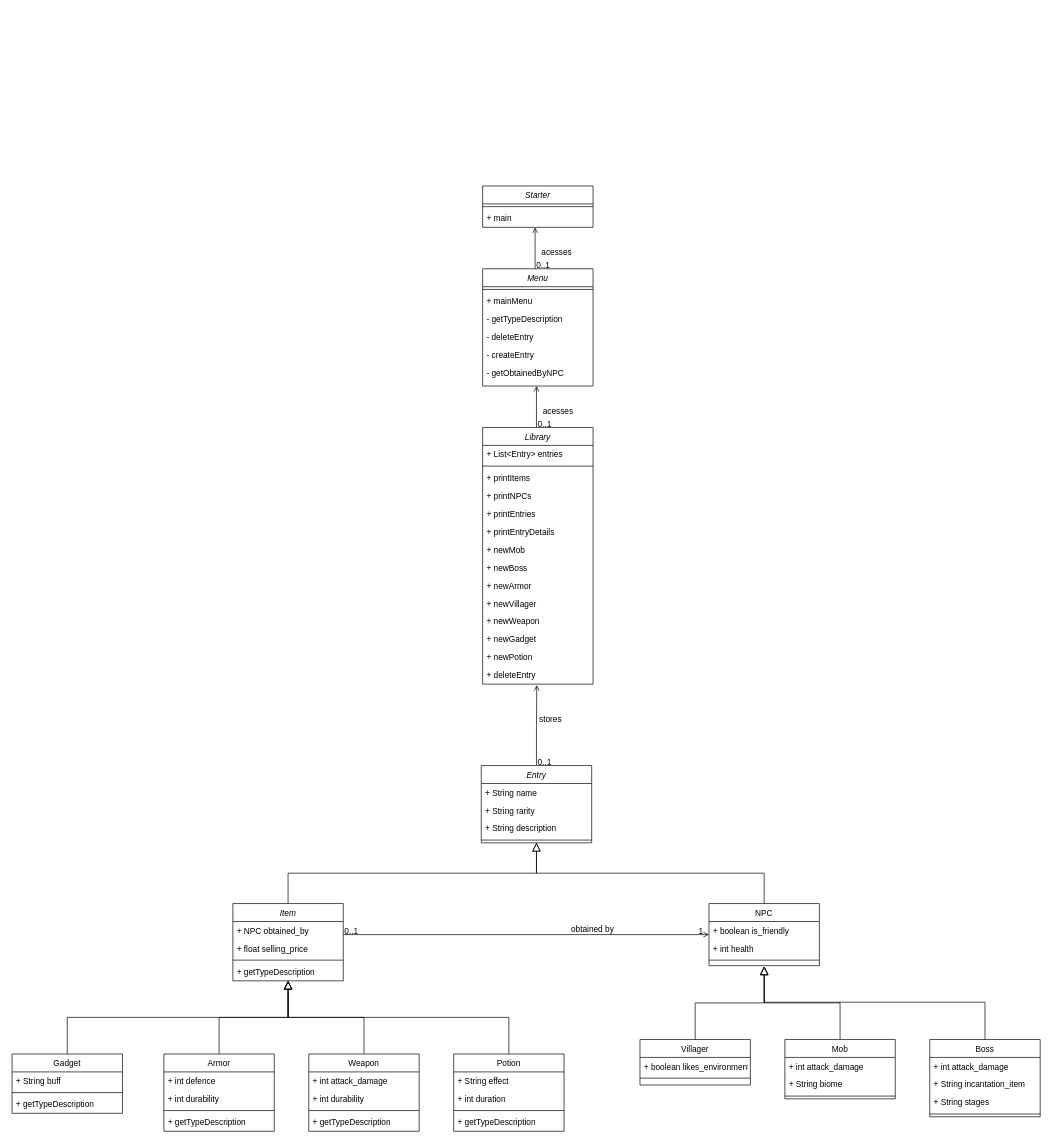
Earlier version of the draw.io diagram module_320/src/M4/class_diagram.drawio (SchnyderKay/m_320). Source tidied: cells renumbered, new cells numbered last; positions are measured from the earlier drawing's top-left corner, leaving out a move shared by most shapes. Both pictures are drawn from the tidied source at 69%, with x=0, y=0 at pixel (12, 186).
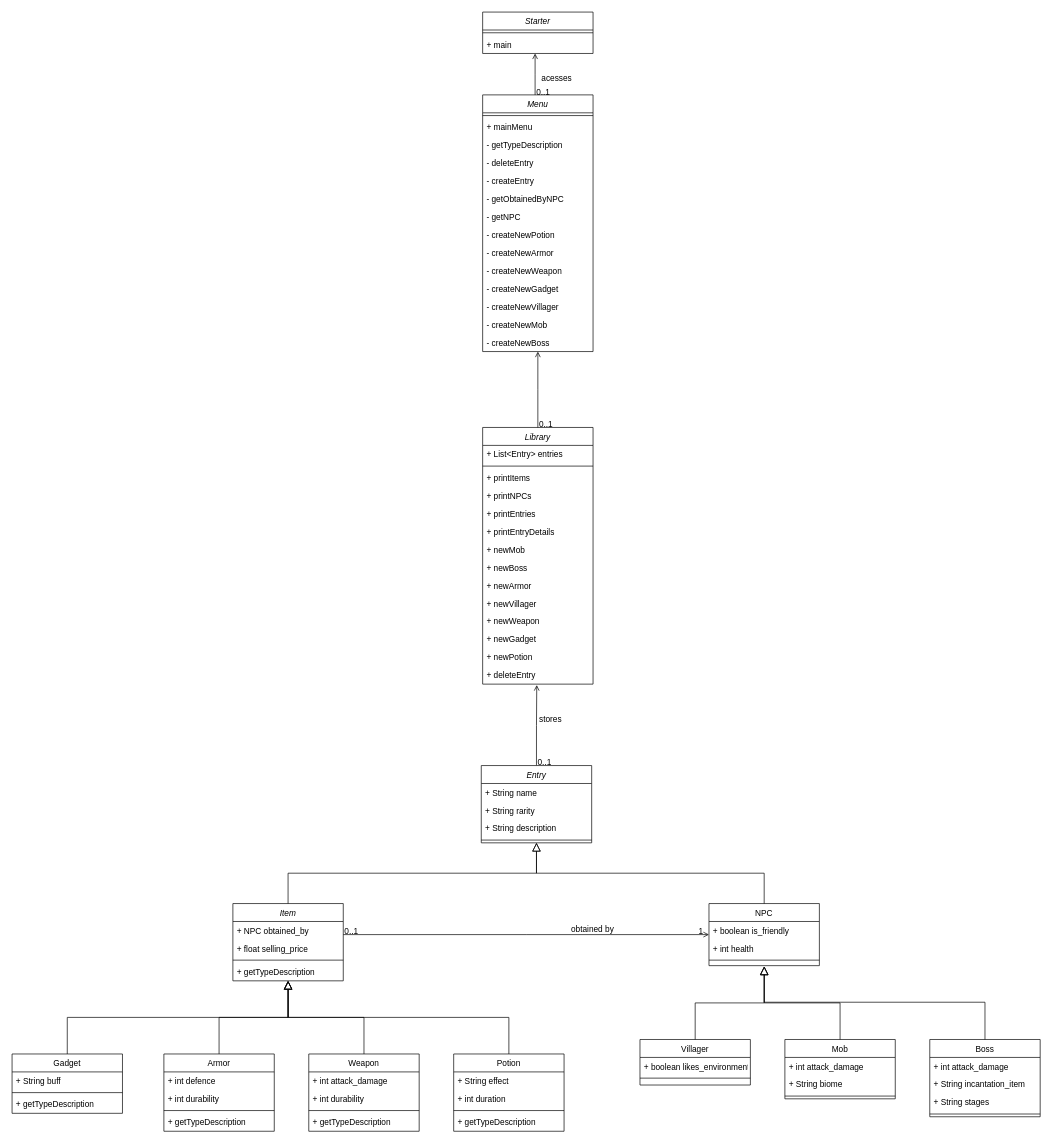
The same diagram, later.

Commit message (it also covers changes not shown here):
readded diagram cleaned code

Unchanged cells that the change refers to:
```xml
<mxCell id="53" value="Library" style="swimlane;fontStyle=2;align=center;verticalAlign=top;horizontal=1;startSize=26;rounded=0;shadow=0;strokeWidth=1;" parent="1" vertex="1">
  <mxGeometry x="682" y="350" width="160" height="372" as="geometry" />
</mxCell>
```

What changed in the source:
```diff
@@
     <mxCell id="78" value="Menu" style="swimlane;fontStyle=2;align=center;verticalAlign=top;horizontal=1;startSize=26;rounded=0;shadow=0;strokeWidth=1;" parent="1" vertex="1">
-      <mxGeometry x="682" y="120" width="160" height="170" as="geometry" />
+      <mxGeometry x="682" y="-132" width="160" height="372" as="geometry" />
     </mxCell>
@@
+    <mxCell id="94" value="- getObtainedByNPC" style="text;align=left;verticalAlign=top;spacingLeft=4;spacingRight=4;overflow=hidden;rounded=0;shadow=0;html=0;" parent="78" vertex="1">
+      <mxGeometry y="138" width="160" height="26" as="geometry" />
+    </mxCell>
+    <mxCell id="95" value="- getNPC" style="text;align=left;verticalAlign=top;spacingLeft=4;spacingRight=4;overflow=hidden;rounded=0;shadow=0;html=0;" parent="78" vertex="1">
+      <mxGeometry y="164" width="160" height="26" as="geometry" />
+    </mxCell>
-    <mxCell id="84" value="- getObtainedByNPC" style="text;align=left;verticalAlign=top;spacingLeft=4;spacingRight=4;overflow=hidden;rounded=0;shadow=0;html=0;" parent="78" vertex="1">
-      <mxGeometry y="138" width="160" height="26" as="geometry" />
+    <mxCell id="84" value="- createNewPotion" style="text;align=left;verticalAlign=top;spacingLeft=4;spacingRight=4;overflow=hidden;rounded=0;shadow=0;html=0;" parent="78" vertex="1">
+      <mxGeometry y="190" width="160" height="26" as="geometry" />
     </mxCell>
-    <mxCell id="85" style="endArrow=open;shadow=0;strokeWidth=1;rounded=0;endFill=1;edgeStyle=elbowEdgeStyle;elbow=vertical;" parent="78" edge="1">
-      <mxGeometry x="0.5" y="41" relative="1" as="geometry">
-        <mxPoint x="78" y="230" as="sourcePoint" />
-        <mxPoint x="78" y="170" as="targetPoint" />
-        <mxPoint x="-40" y="32" as="offset" />
-      </mxGeometry>
-    </mxCell>
-    <mxCell id="86" value="0..1" style="align=left;verticalAlign=bottom;labelBackgroundColor=none;fontSize=12;" parent="85" vertex="1">
-      <mxGeometry x="-1" relative="1" as="geometry">
-        <mxPoint y="4" as="offset" />
-      </mxGeometry>
-    </mxCell>
-    <mxCell id="87" value="acesses" style="text;html=1;align=center;verticalAlign=middle;labelBackgroundColor=none;rounded=0;shadow=0;strokeWidth=1;fontSize=12;" parent="85" vertex="1">
-      <mxGeometry x="0.5" y="49" relative="1" as="geometry">
-        <mxPoint x="79" y="21" as="offset" />
-      </mxGeometry>
-    </mxCell>
+    <mxCell id="96" value="- createNewArmor" style="text;align=left;verticalAlign=top;spacingLeft=4;spacingRight=4;overflow=hidden;rounded=0;shadow=0;html=0;" parent="78" vertex="1">
+      <mxGeometry y="216" width="160" height="26" as="geometry" />
+    </mxCell>
+    <mxCell id="97" value="- createNewWeapon" style="text;align=left;verticalAlign=top;spacingLeft=4;spacingRight=4;overflow=hidden;rounded=0;shadow=0;html=0;" parent="78" vertex="1">
+      <mxGeometry y="242" width="160" height="26" as="geometry" />
+    </mxCell>
+    <mxCell id="98" value="- createNewGadget" style="text;align=left;verticalAlign=top;spacingLeft=4;spacingRight=4;overflow=hidden;rounded=0;shadow=0;html=0;" parent="78" vertex="1">
+      <mxGeometry y="268" width="160" height="26" as="geometry" />
+    </mxCell>
+    <mxCell id="99" value="- createNewVillager" style="text;align=left;verticalAlign=top;spacingLeft=4;spacingRight=4;overflow=hidden;rounded=0;shadow=0;html=0;" parent="78" vertex="1">
+      <mxGeometry y="294" width="160" height="26" as="geometry" />
+    </mxCell>
+    <mxCell id="100" value="- createNewMob" style="text;align=left;verticalAlign=top;spacingLeft=4;spacingRight=4;overflow=hidden;rounded=0;shadow=0;html=0;" parent="78" vertex="1">
+      <mxGeometry y="320" width="160" height="26" as="geometry" />
+    </mxCell>
+    <mxCell id="101" value="- createNewBoss" style="text;align=left;verticalAlign=top;spacingLeft=4;spacingRight=4;overflow=hidden;rounded=0;shadow=0;html=0;" parent="78" vertex="1">
+      <mxGeometry y="346" width="160" height="26" as="geometry" />
+    </mxCell>
     <mxCell id="88" value="Starter" style="swimlane;fontStyle=2;align=center;verticalAlign=top;horizontal=1;startSize=26;rounded=0;shadow=0;strokeWidth=1;" parent="1" vertex="1">
-      <mxGeometry x="682" width="160" height="60" as="geometry" />
+      <mxGeometry x="682" y="-252" width="160" height="60" as="geometry" />
     </mxCell>
@@
     <mxCell id="91" style="endArrow=open;shadow=0;strokeWidth=1;rounded=0;endFill=1;edgeStyle=elbowEdgeStyle;elbow=vertical;" parent="1" edge="1">
       <mxGeometry x="0.5" y="41" relative="1" as="geometry">
-        <mxPoint x="758" y="120" as="sourcePoint" />
-        <mxPoint x="758" y="60" as="targetPoint" />
+        <mxPoint x="758" y="-132" as="sourcePoint" />
+        <mxPoint x="758" y="-192" as="targetPoint" />
         <mxPoint x="-40" y="32" as="offset" />
       </mxGeometry>
     </mxCell>
@@
+    <mxCell id="85" style="endArrow=open;shadow=0;strokeWidth=1;rounded=0;endFill=1;edgeStyle=elbowEdgeStyle;elbow=vertical;exitX=0.5;exitY=0;exitDx=0;exitDy=0;" parent="1" edge="1" source="53">
+      <mxGeometry x="0.5" y="41" relative="1" as="geometry">
+        <mxPoint x="762" y="240" as="targetPoint" />
+        <mxPoint x="-40" y="32" as="offset" />
+      </mxGeometry>
+    </mxCell>
+    <mxCell id="86" value="0..1" style="align=left;verticalAlign=bottom;labelBackgroundColor=none;fontSize=12;" parent="85" vertex="1">
+      <mxGeometry x="-1" relative="1" as="geometry">
+        <mxPoint y="4" as="offset" />
+      </mxGeometry>
+    </mxCell>
```
